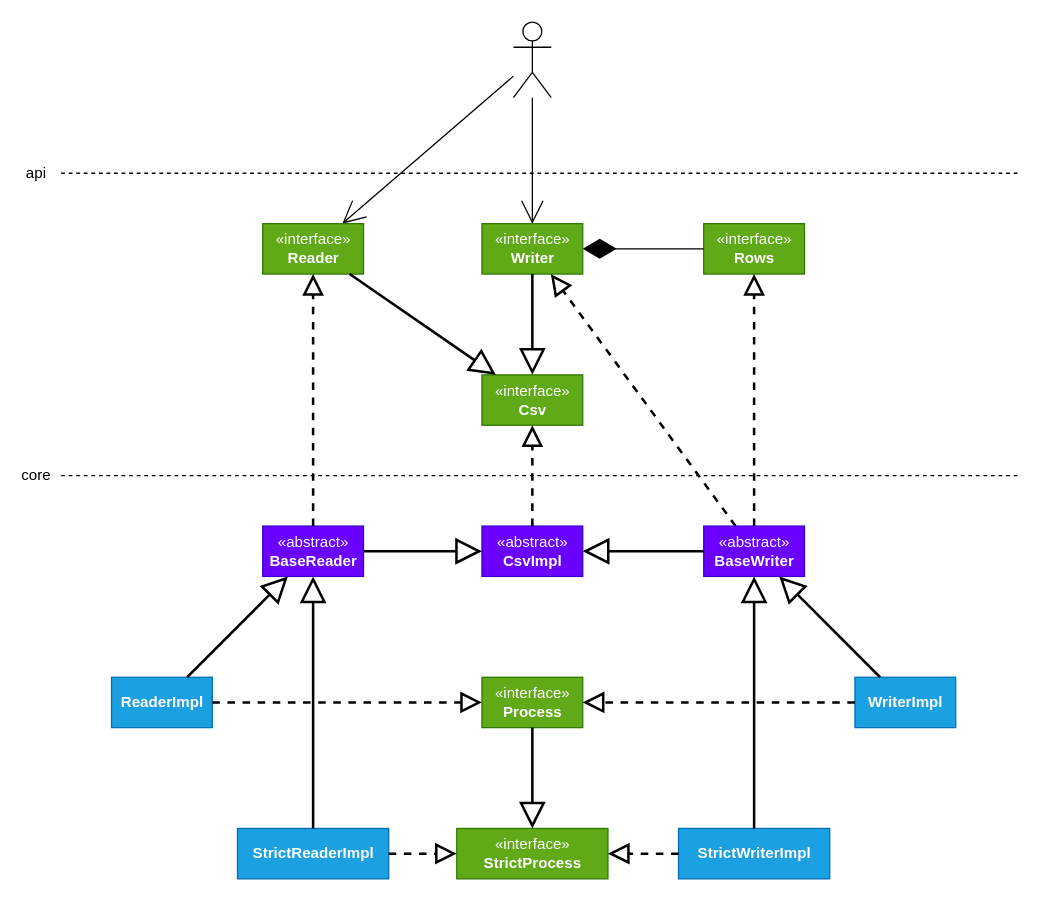
Before: docs/type-system.drawio in kotools/types, a draw.io diagram. Source tidied: cells renumbered, new cells numbered last; positions are measured from the earlier drawing's top-left corner, leaving out a move shared by most shapes. Both pictures are drawn from the tidied source at 126%, with x=0, y=0 at pixel (60, 21).
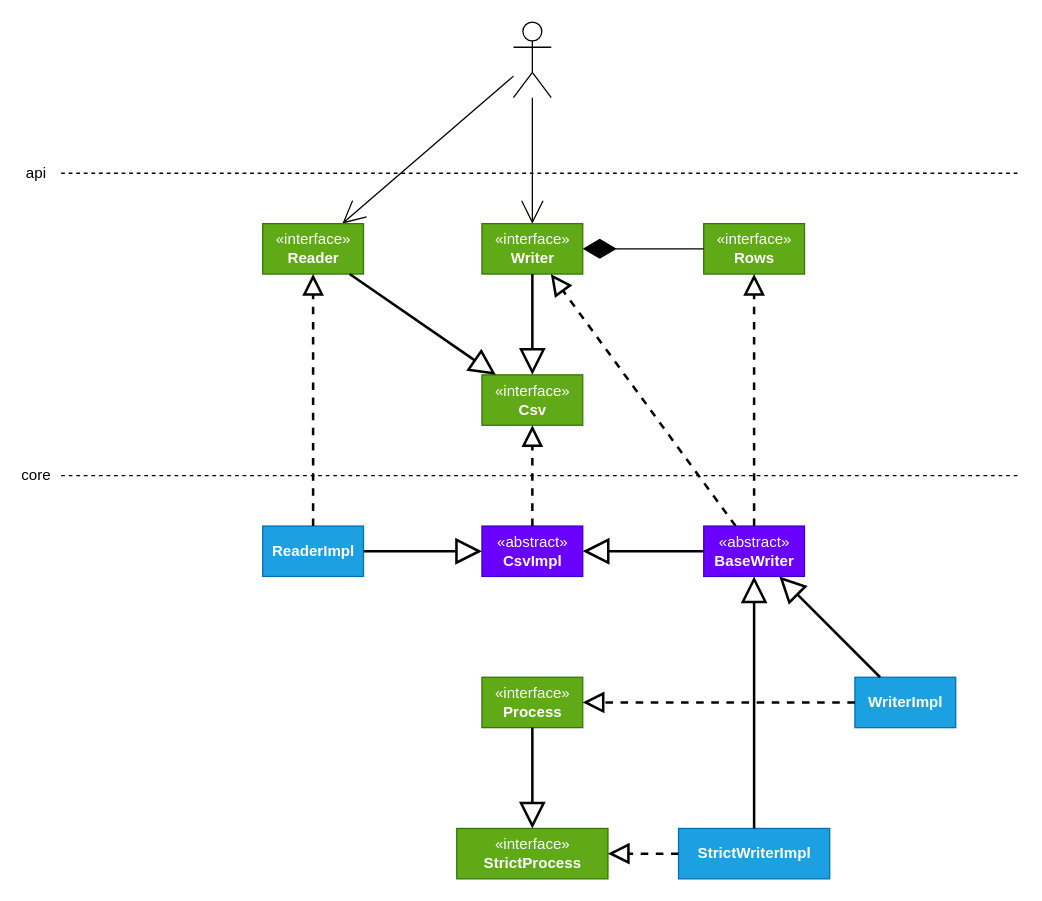
Above is the later version.

Commit message:
docs: update type system

The change refers to these unchanged cells:
```xml
<mxCell id="5" value="«interface»&lt;br&gt;&lt;b&gt;Reader&lt;/b&gt;" style="html=1;fillColor=#60a917;fontColor=#ffffff;strokeColor=#2D7600;" parent="1" vertex="1">
  <mxGeometry x="160" y="160" width="80" height="40" as="geometry" />
</mxCell>
<mxCell id="9" value="«abstract»&lt;br&gt;&lt;b&gt;CsvImpl&lt;/b&gt;" style="html=1;fillColor=#6a00ff;fontColor=#ffffff;strokeColor=#3700CC;" parent="1" vertex="1">
  <mxGeometry x="334" y="400" width="80" height="40" as="geometry" />
</mxCell>
<mxCell id="15" value="«interface»&lt;br&gt;&lt;b&gt;Process&lt;/b&gt;" style="html=1;fillColor=#60a917;fontColor=#ffffff;strokeColor=#2D7600;" parent="1" vertex="1">
  <mxGeometry x="334" y="520" width="80" height="40" as="geometry" />
</mxCell>
<mxCell id="28" value="«interface»&lt;br&gt;&lt;b&gt;StrictProcess&lt;/b&gt;" style="html=1;fillColor=#60a917;fontColor=#ffffff;strokeColor=#2D7600;" parent="1" vertex="1">
  <mxGeometry x="314" y="640" width="120" height="40" as="geometry" />
</mxCell>
```

Diff of the diagram source:
```diff
@@
     <mxCell id="13" value="&lt;b&gt;ReaderImpl&lt;/b&gt;" style="html=1;fillColor=#1ba1e2;fontColor=#ffffff;strokeColor=#006EAF;" parent="1" vertex="1">
-      <mxGeometry x="40" y="520" width="80" height="40" as="geometry" />
+      <mxGeometry x="160" y="400" width="80" height="40" as="geometry" />
     </mxCell>
-    <mxCell id="14" style="endArrow=block;endSize=16;endFill=0;html=1;rounded=0;fontSize=12;strokeWidth=2;" parent="1" edge="1" source="13" target="33">
-      <mxGeometry relative="1" as="geometry" />
-    </mxCell>
@@
-    <mxCell id="16" style="endArrow=block;dashed=1;endFill=0;endSize=12;html=1;rounded=0;fontSize=12;strokeWidth=2;" parent="1" edge="1" source="13" target="15">
-      <mxGeometry relative="1" as="geometry" />
-    </mxCell>
@@
-    <mxCell id="25" value="&lt;b&gt;StrictReaderImpl&lt;/b&gt;" style="html=1;fillColor=#1ba1e2;fontColor=#ffffff;strokeColor=#006EAF;" parent="1" vertex="1">
-      <mxGeometry x="140" y="640" width="120" height="40" as="geometry" />
-    </mxCell>
-    <mxCell id="26" style="endArrow=block;endSize=16;endFill=0;html=1;rounded=0;fontSize=12;strokeWidth=2;" parent="1" edge="1" source="25" target="33">
-      <mxGeometry relative="1" as="geometry" />
-    </mxCell>
@@
-    <mxCell id="29" style="endArrow=block;dashed=1;endFill=0;endSize=12;html=1;rounded=0;fontSize=12;strokeWidth=2;" parent="1" edge="1" source="25" target="28">
-      <mxGeometry relative="1" as="geometry" />
-    </mxCell>
@@
-    <mxCell id="33" value="«abstract»&lt;br&gt;&lt;b&gt;BaseReader&lt;/b&gt;" style="html=1;fillColor=#6a00ff;fontColor=#ffffff;strokeColor=#3700CC;" parent="1" vertex="1">
-      <mxGeometry x="160" y="400" width="80" height="40" as="geometry" />
-    </mxCell>
-    <mxCell id="34" style="endArrow=block;endSize=16;endFill=0;html=1;rounded=0;fontSize=12;strokeWidth=2;" parent="1" edge="1" source="33" target="9">
+    <mxCell id="34" style="endArrow=block;endSize=16;endFill=0;html=1;rounded=0;fontSize=12;strokeWidth=2;" parent="1" edge="1" source="13" target="9">
       <mxGeometry relative="1" as="geometry" />
     </mxCell>
-    <mxCell id="35" style="endArrow=block;dashed=1;endFill=0;endSize=12;html=1;rounded=0;fontSize=12;strokeWidth=2;" parent="1" edge="1" source="33" target="5">
+    <mxCell id="35" style="endArrow=block;dashed=1;endFill=0;endSize=12;html=1;rounded=0;fontSize=12;strokeWidth=2;" parent="1" edge="1" source="13" target="5">
       <mxGeometry relative="1" as="geometry" />
     </mxCell>
```
